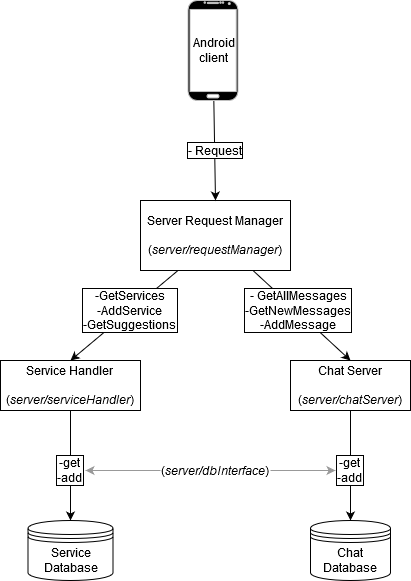
This is imgs/server_modules.png from CLewisS/321-project, a draw.io export, as it was before one commit. Source tidied: cells renumbered, new cells last; positions are measured from the earlier drawing's top-left corner, leaving out a move shared by most shapes.
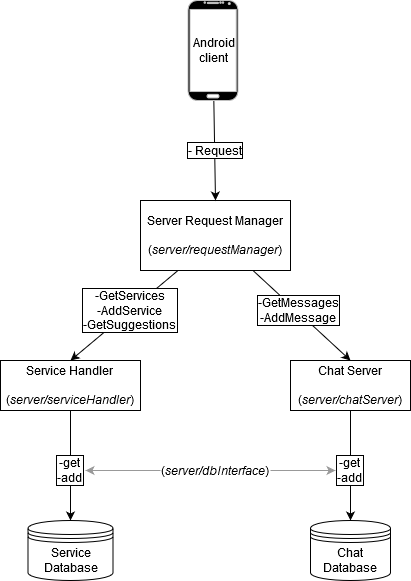
After the commit.

What changed in the source:
```diff
@@ -23,7 +23,7 @@
     <mxCell id="8" value="&lt;div&gt;Server Request Manager&lt;/div&gt;&lt;div&gt;&lt;br&gt;&lt;/div&gt;&lt;div&gt;(&lt;i&gt;server/requestManager&lt;/i&gt;)&lt;br&gt;&lt;/div&gt;" style="rounded=0;whiteSpace=wrap;html=1;" parent="1" vertex="1">
       <mxGeometry x="140" y="200" width="150" height="70" as="geometry" />
     </mxCell>
-    <mxCell id="9" value="&lt;div&gt;- GetAllMessages&lt;/div&gt;&lt;div&gt;-GetNewMessages&lt;/div&gt;&lt;div&gt;-AddMessage&lt;br&gt;&lt;/div&gt;" style="text;html=1;strokeColor=none;fillColor=none;align=center;verticalAlign=middle;whiteSpace=wrap;rounded=0;labelBackgroundColor=#FFFFFF;labelBorderColor=#000000;" parent="1" vertex="1">
+    <mxCell id="9" value="&lt;div&gt;-GetMessages&lt;/div&gt;&lt;div&gt;-AddMessage&lt;br&gt;&lt;/div&gt;" style="text;html=1;strokeColor=none;fillColor=none;align=center;verticalAlign=middle;whiteSpace=wrap;rounded=0;labelBackgroundColor=#FFFFFF;labelBorderColor=#000000;" parent="1" vertex="1">
       <mxGeometry x="237.5" y="280" width="120" height="60" as="geometry" />
     </mxCell>
     <mxCell id="10" value="&lt;div&gt;-GetServices&lt;/div&gt;&lt;div&gt;-AddService&lt;/div&gt;&lt;div&gt;-GetSuggestions&lt;br&gt;&lt;/div&gt;" style="text;html=1;strokeColor=none;fillColor=none;align=center;verticalAlign=middle;whiteSpace=wrap;rounded=0;labelBackgroundColor=#FFFFFF;labelBorderColor=#000000;" parent="1" vertex="1">
```
